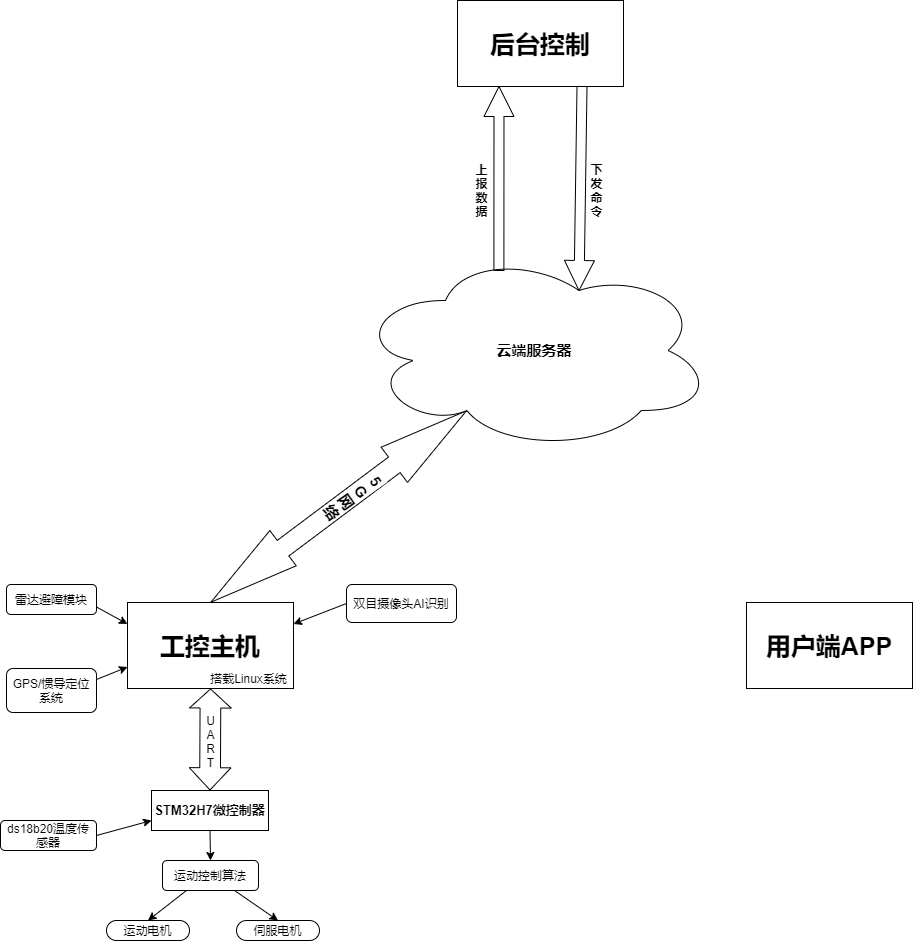
This is wuliu.png from RightTriangle/RightTriangle.github.io, a draw.io export, as it was before one commit. Source tidied: cells renumbered, new cells last; positions are measured from the earlier drawing's top-left corner, leaving out a move shared by most shapes.
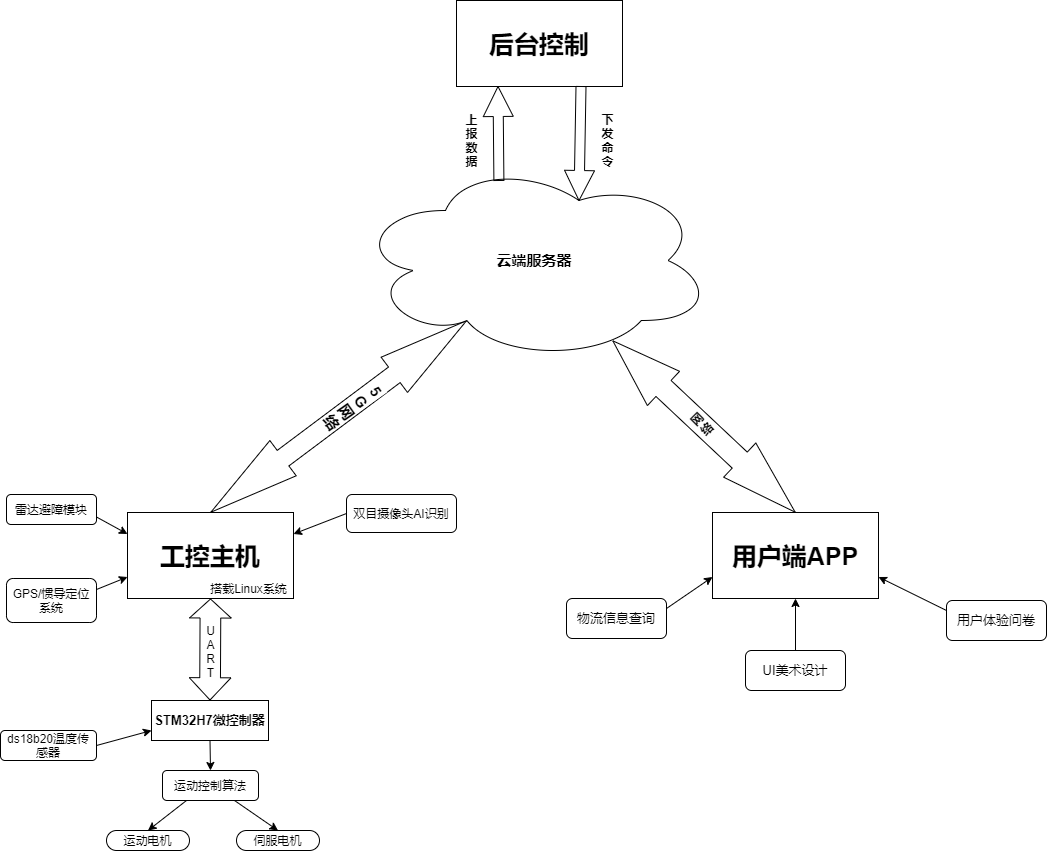
The same diagram one commit later.

Change to the diagram source:
```diff
@@ -67,22 +67,22 @@
       <mxGeometry relative="1" as="geometry" />
     </mxCell>
     <mxCell id="22" value="&lt;span style=&quot;font-size: 25px&quot;&gt;&lt;b&gt;用户端APP&lt;/b&gt;&lt;/span&gt;" style="rounded=0;whiteSpace=wrap;html=1;" parent="1" vertex="1">
-      <mxGeometry x="746" y="602" width="166" height="86" as="geometry" />
+      <mxGeometry x="712" y="602" width="166" height="86" as="geometry" />
     </mxCell>
     <mxCell id="23" value="&lt;span style=&quot;font-size: 25px&quot;&gt;&lt;b&gt;后台控制&lt;/b&gt;&lt;/span&gt;" style="rounded=0;whiteSpace=wrap;html=1;" parent="1" vertex="1">
-      <mxGeometry x="457" width="166" height="86" as="geometry" />
+      <mxGeometry x="456" y="90" width="166" height="86" as="geometry" />
     </mxCell>
     <mxCell id="24" style="endArrow=classic;html=1;exitX=0.4;exitY=0.1;exitDx=0;exitDy=0;exitPerimeter=0;entryX=0.25;entryY=1;entryDx=0;entryDy=0;shape=arrow;targetPerimeterSpacing=0;" parent="1" edge="1" source="5" target="23">
       <mxGeometry relative="1" as="geometry" />
     </mxCell>
     <mxCell id="25" value="&lt;b&gt;上&lt;br&gt;报&lt;br&gt;数&lt;br&gt;据&lt;/b&gt;" style="text;html=1;align=center;verticalAlign=middle;strokeColor=none;" parent="1" vertex="1">
-      <mxGeometry x="466" y="160" width="30" height="60" as="geometry" />
+      <mxGeometry x="456" y="200" width="30" height="60" as="geometry" />
     </mxCell>
     <mxCell id="26" style="endArrow=classic;html=1;exitX=0.75;exitY=1;exitDx=0;exitDy=0;entryX=0.625;entryY=0.2;entryDx=0;entryDy=0;shape=arrow;targetPerimeterSpacing=0;entryPerimeter=0;" parent="1" edge="1" source="23" target="5">
       <mxGeometry relative="1" as="geometry" />
     </mxCell>
     <mxCell id="27" value="&lt;b&gt;下&lt;br&gt;发&lt;br&gt;命&lt;br&gt;令&lt;/b&gt;" style="text;html=1;align=center;verticalAlign=middle;strokeColor=none;" parent="1" vertex="1">
-      <mxGeometry x="581" y="160" width="30" height="60" as="geometry" />
+      <mxGeometry x="592" y="200" width="30" height="60" as="geometry" />
     </mxCell>
     <mxCell id="28" value="ds18b20温度传感器" style="rounded=1;whiteSpace=wrap;html=1;" parent="1" vertex="1">
       <mxGeometry y="820" width="96" height="30" as="geometry" />
@@ -93,5 +93,31 @@
     <mxCell id="30" style="edgeStyle=orthogonalEdgeStyle;shape=arrow;rounded=0;orthogonalLoop=1;jettySize=auto;html=1;exitX=0.5;exitY=1;exitDx=0;exitDy=0;targetPerimeterSpacing=0;" parent="1" edge="1" source="28" target="28">
       <mxGeometry relative="1" as="geometry" />
     </mxCell>
+    <mxCell id="31" value="&lt;font style=&quot;font-size: 13px&quot;&gt;UI美术设计&lt;/font&gt;" style="rounded=1;whiteSpace=wrap;html=1;" parent="1" vertex="1">
+      <mxGeometry x="745" y="740" width="100" height="40" as="geometry" />
+    </mxCell>
+    <mxCell id="32" style="endArrow=classic;html=1;targetPerimeterSpacing=0;entryX=0.5;entryY=1;entryDx=0;entryDy=0;exitX=0.5;exitY=0;exitDx=0;exitDy=0;" parent="1" edge="1" source="31" target="22">
+      <mxGeometry relative="1" as="geometry" />
+    </mxCell>
+    <mxCell id="33" style="rounded=0;jettySize=auto;html=1;exitX=0;exitY=0.25;exitDx=0;exitDy=0;entryX=1;entryY=0.75;entryDx=0;entryDy=0;targetPerimeterSpacing=0;" parent="1" edge="1" source="34" target="22">
+      <mxGeometry relative="1" as="geometry" />
+    </mxCell>
+    <mxCell id="34" value="&lt;font style=&quot;font-size: 13px&quot;&gt;用户体验问卷&lt;/font&gt;" style="rounded=1;whiteSpace=wrap;html=1;" parent="1" vertex="1">
+      <mxGeometry x="946" y="690" width="100" height="40" as="geometry" />
+    </mxCell>
+    <mxCell id="35" style="edgeStyle=none;rounded=0;jettySize=auto;html=1;exitX=1;exitY=0.25;exitDx=0;exitDy=0;entryX=0;entryY=0.75;entryDx=0;entryDy=0;targetPerimeterSpacing=0;" parent="1" edge="1" source="36" target="22">
+      <mxGeometry relative="1" as="geometry" />
+    </mxCell>
+    <mxCell id="36" value="&lt;font style=&quot;font-size: 13px&quot;&gt;物流信息查询&lt;br&gt;&lt;/font&gt;" style="rounded=1;whiteSpace=wrap;html=1;" parent="1" vertex="1">
+      <mxGeometry x="566" y="688" width="100" height="40" as="geometry" />
+    </mxCell>
+    <mxCell id="37" style="shape=flexArrow;endArrow=classic;startArrow=classic;html=1;targetPerimeterSpacing=0;entryX=0.719;entryY=0.9;entryDx=0;entryDy=0;entryPerimeter=0;exitX=0.5;exitY=0;exitDx=0;exitDy=0;endWidth=24;endSize=22.84;startWidth=24;startSize=25.01;width=22;" parent="1" edge="1" source="22" target="5">
+      <mxGeometry relative="1" as="geometry" />
+    </mxCell>
+    <mxCell id="38" value="&lt;b&gt;网&lt;br&gt;络&lt;/b&gt;" style="edgeLabel;html=1;align=center;verticalAlign=middle;rotation=-45;" parent="37" vertex="1">
+      <mxGeometry x="0.12" y="2" relative="1" as="geometry">
+        <mxPoint x="9" y="7" as="offset" />
+      </mxGeometry>
+    </mxCell>
   </root>
 </mxGraphModel>
```
